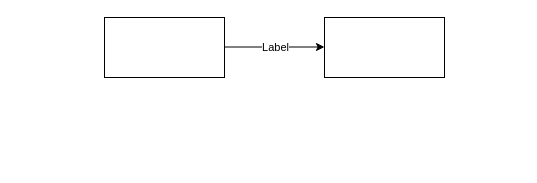
Before: e72-network.drawio in shuhei-hykw/e72-network-diagram, a draw.io diagram. Source tidied: cells renumbered, new cells numbered last; positions are measured from the earlier drawing's top-left corner, leaving out a move shared by most shapes. Both pictures are drawn from the tidied source at 100%, with x=0, y=0 at pixel (104, 17).
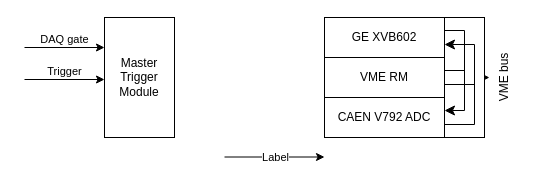
The same page after the edit.

What changed in the source:
```diff
@@
-    <mxCell id="2" style="rounded=0;whiteSpace=wrap;html=1;" parent="1" vertex="1">
-      <mxGeometry width="120" height="60" as="geometry" />
+    <mxCell id="2" value="Master&lt;div&gt;Trigger&lt;/div&gt;&lt;div&gt;Module&lt;/div&gt;" style="rounded=0;whiteSpace=wrap;html=1;" parent="1" vertex="1">
+      <mxGeometry width="70" height="120" as="geometry" />
     </mxCell>
+    <mxCell id="6" style="edgeStyle=orthogonalEdgeStyle;rounded=0;jettySize=auto;html=1;" parent="1" edge="1" source="3" target="14">
+      <mxGeometry relative="1" as="geometry" />
+    </mxCell>
-    <mxCell id="3" style="rounded=0;whiteSpace=wrap;html=1;" parent="1" vertex="1">
-      <mxGeometry x="220" width="120" height="60" as="geometry" />
+    <mxCell id="3" value="GE XVB602" style="rounded=0;whiteSpace=wrap;html=1;" parent="1" vertex="1">
+      <mxGeometry x="220" width="120" height="40" as="geometry" />
     </mxCell>
     <mxCell id="4" style="endArrow=classic;html=1;rounded=0;" parent="1" edge="1">
       <mxGeometry relative="1" as="geometry">
-        <mxPoint x="120" y="29.5" as="sourcePoint" />
-        <mxPoint x="220" y="29.5" as="targetPoint" />
+        <mxPoint x="120" y="139.5" as="sourcePoint" />
+        <mxPoint x="220" y="139.5" as="targetPoint" />
       </mxGeometry>
     </mxCell>
@@
+    <mxCell id="7" style="endArrow=classic;html=1;rounded=0;" parent="1" edge="1">
+      <mxGeometry relative="1" as="geometry">
+        <mxPoint x="-80" y="30" as="sourcePoint" />
+        <mxPoint y="30" as="targetPoint" />
+      </mxGeometry>
+    </mxCell>
+    <mxCell id="8" value="DAQ gate" style="edgeLabel;html=1;align=center;verticalAlign=middle;" parent="7" vertex="1">
+      <mxGeometry x="-0.03" y="2" relative="1" as="geometry">
+        <mxPoint y="-7" as="offset" />
+      </mxGeometry>
+    </mxCell>
+    <mxCell id="9" style="endArrow=classic;html=1;rounded=0;" parent="1" edge="1">
+      <mxGeometry relative="1" as="geometry">
+        <mxPoint x="-80" y="62" as="sourcePoint" />
+        <mxPoint y="62" as="targetPoint" />
+      </mxGeometry>
+    </mxCell>
+    <mxCell id="10" value="Trigger" style="edgeLabel;html=1;align=center;verticalAlign=middle;" parent="9" vertex="1">
+      <mxGeometry x="-0.03" y="2" relative="1" as="geometry">
+        <mxPoint y="-7" as="offset" />
+      </mxGeometry>
+    </mxCell>
+    <mxCell id="11" value="VME RM" style="rounded=0;whiteSpace=wrap;html=1;" parent="1" vertex="1">
+      <mxGeometry x="220" y="40" width="120" height="40" as="geometry" />
+    </mxCell>
+    <mxCell id="12" value="CAEN V792 ADC" style="rounded=0;whiteSpace=wrap;html=1;" parent="1" vertex="1">
+      <mxGeometry x="220" y="80" width="120" height="40" as="geometry" />
+    </mxCell>
+    <mxCell id="13" style="rounded=0;whiteSpace=wrap;html=1;" parent="1" vertex="1">
+      <mxGeometry x="340" width="40" height="120" as="geometry" />
+    </mxCell>
+    <mxCell id="14" value="VME bus" style="text;html=1;whiteSpace=wrap;strokeColor=none;fillColor=none;align=center;verticalAlign=middle;rounded=0;rotation=-90;" parent="1" vertex="1">
+      <mxGeometry x="370" y="45" width="60" height="30" as="geometry" />
+    </mxCell>
+    <mxCell id="15" style="edgeStyle=elbowEdgeStyle;endArrow=classic;html=1;rounded=0;endSize=8;startSize=8;entryX=1;entryY=0.5;entryDx=0;entryDy=0;strokeColor=light-dark(#000000,#FF8000);" parent="1" edge="1">
+      <mxGeometry relative="1" as="geometry">
+        <mxPoint x="340" y="107" as="sourcePoint" />
+        <mxPoint x="340" y="27" as="targetPoint" />
+        <Array as="points">
+          <mxPoint x="370" y="67" />
+        </Array>
+      </mxGeometry>
+    </mxCell>
+    <mxCell id="16" style="edgeStyle=elbowEdgeStyle;endArrow=classic;html=1;rounded=0;endSize=8;startSize=8;entryX=1;entryY=0.5;entryDx=0;entryDy=0;strokeColor=light-dark(#000000,#00FFFF);" parent="1" edge="1">
+      <mxGeometry relative="1" as="geometry">
+        <mxPoint x="340" y="13" as="sourcePoint" />
+        <mxPoint x="340" y="93" as="targetPoint" />
+        <Array as="points">
+          <mxPoint x="360" y="58" />
+        </Array>
+      </mxGeometry>
+    </mxCell>
+    <mxCell id="17" style="line;strokeWidth=1;html=1;strokeColor=light-dark(#000000,#00FFFF);" parent="1" vertex="1">
+      <mxGeometry x="340" y="48" width="20" height="10" as="geometry" />
+    </mxCell>
+    <mxCell id="18" style="line;strokeWidth=1;html=1;strokeColor=light-dark(#000000,#FF8000);" parent="1" vertex="1">
+      <mxGeometry x="340" y="62" width="30" height="10" as="geometry" />
+    </mxCell>
```
